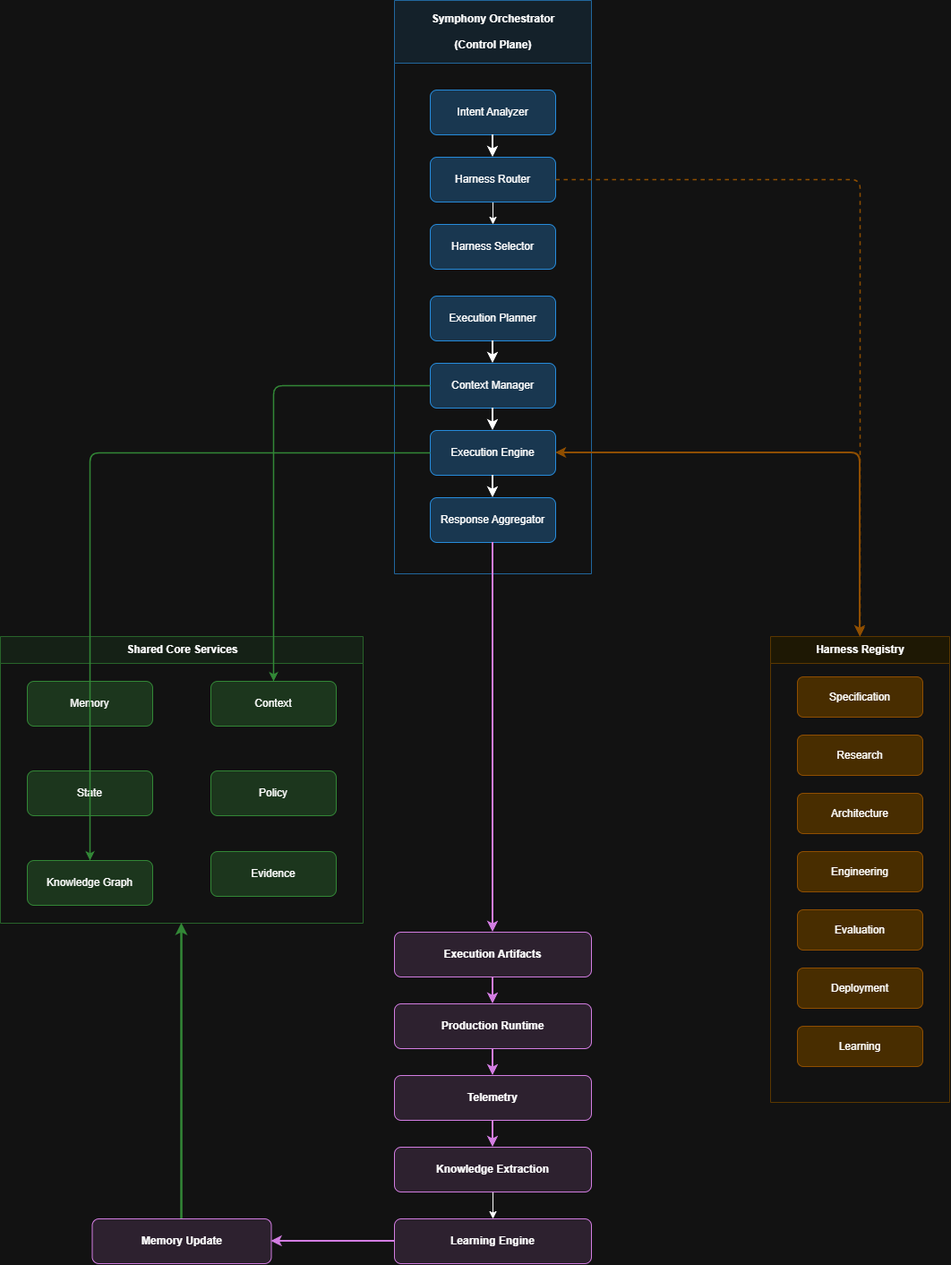
Above: docs/architecture/lld.png in jacobjerryarackal/harness-engineering (draw.io), before the change. Source tidied: cells renumbered, new cells last; positions are measured from the earlier drawing's top-left corner, leaving out a move shared by most shapes.
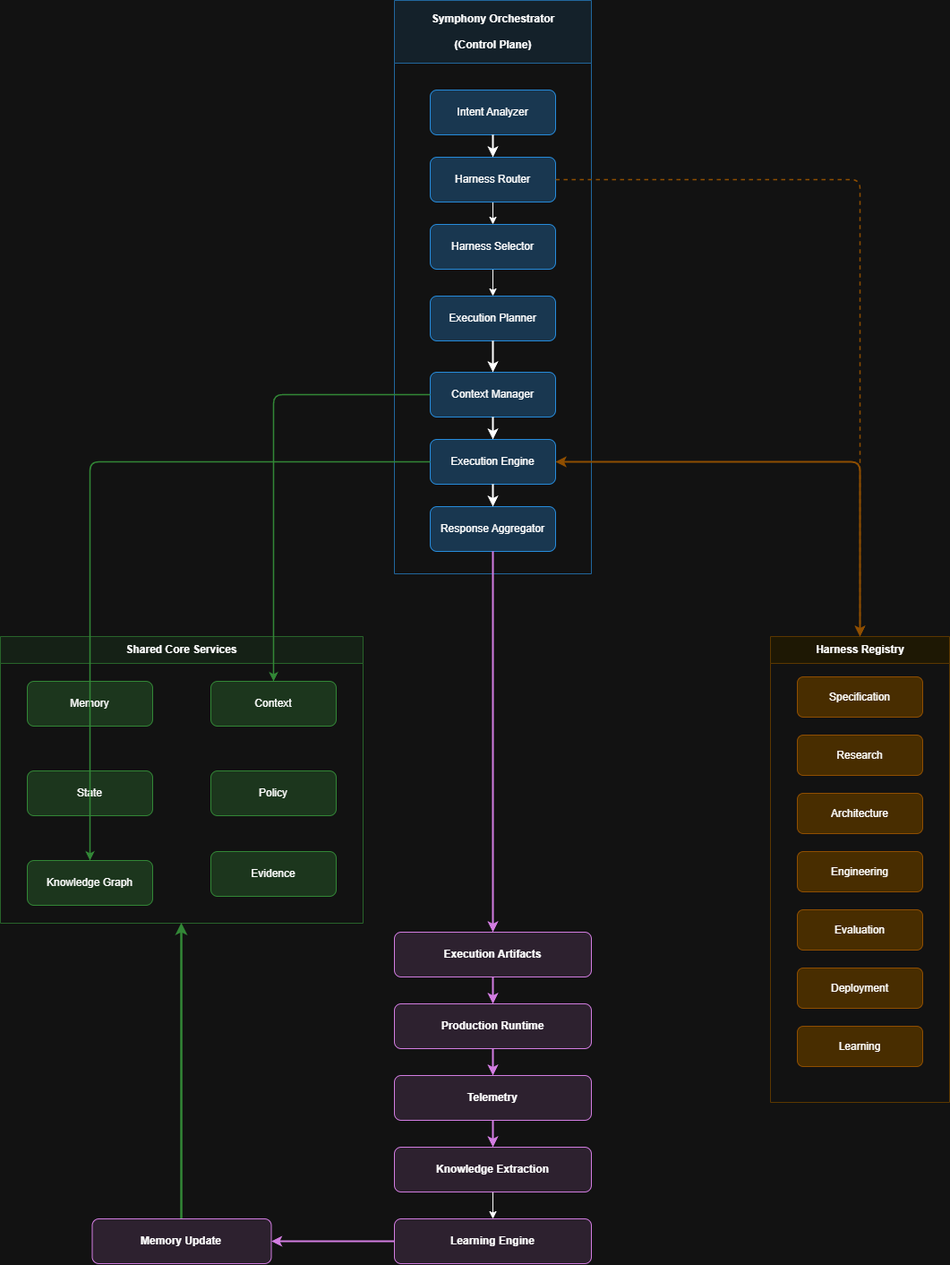
The same file after the commit.

Change to the diagram source:
```diff
@@ -39,14 +39,17 @@
       <mxGeometry x="40" y="330" width="140" height="50" as="geometry" />
     </mxCell>
     <mxCell id="14" value="Context Manager" style="rounded=1;whiteSpace=wrap;html=1;fillColor=#bbdefb;strokeColor=#2196f3;" parent="9" vertex="1">
-      <mxGeometry x="40" y="405" width="140" height="50" as="geometry" />
+      <mxGeometry x="40" y="415" width="140" height="50" as="geometry" />
     </mxCell>
     <mxCell id="15" value="Execution Engine" style="rounded=1;whiteSpace=wrap;html=1;fillColor=#bbdefb;strokeColor=#2196f3;" parent="9" vertex="1">
-      <mxGeometry x="40" y="480" width="140" height="50" as="geometry" />
+      <mxGeometry x="40" y="490" width="140" height="50" as="geometry" />
     </mxCell>
     <mxCell id="16" value="Response Aggregator" style="rounded=1;whiteSpace=wrap;html=1;fillColor=#bbdefb;strokeColor=#2196f3;" parent="9" vertex="1">
-      <mxGeometry x="40" y="555" width="140" height="50" as="geometry" />
+      <mxGeometry x="40" y="565" width="140" height="50" as="geometry" />
     </mxCell>
+    <mxCell id="47" style="edgeStyle=orthogonalEdgeStyle;rounded=0;jettySize=auto;html=1;exitX=0.5;exitY=1;exitDx=0;exitDy=0;entryX=0.5;entryY=0;entryDx=0;entryDy=0;" parent="9" edge="1" source="17" target="13">
+      <mxGeometry relative="1" as="geometry" />
+    </mxCell>
     <mxCell id="17" value="Harness Selector" style="rounded=1;whiteSpace=wrap;html=1;fillColor=#bbdefb;strokeColor=#2196f3;" parent="9" vertex="1">
       <mxGeometry x="40" y="250" width="140" height="50" as="geometry" />
     </mxCell>
```
